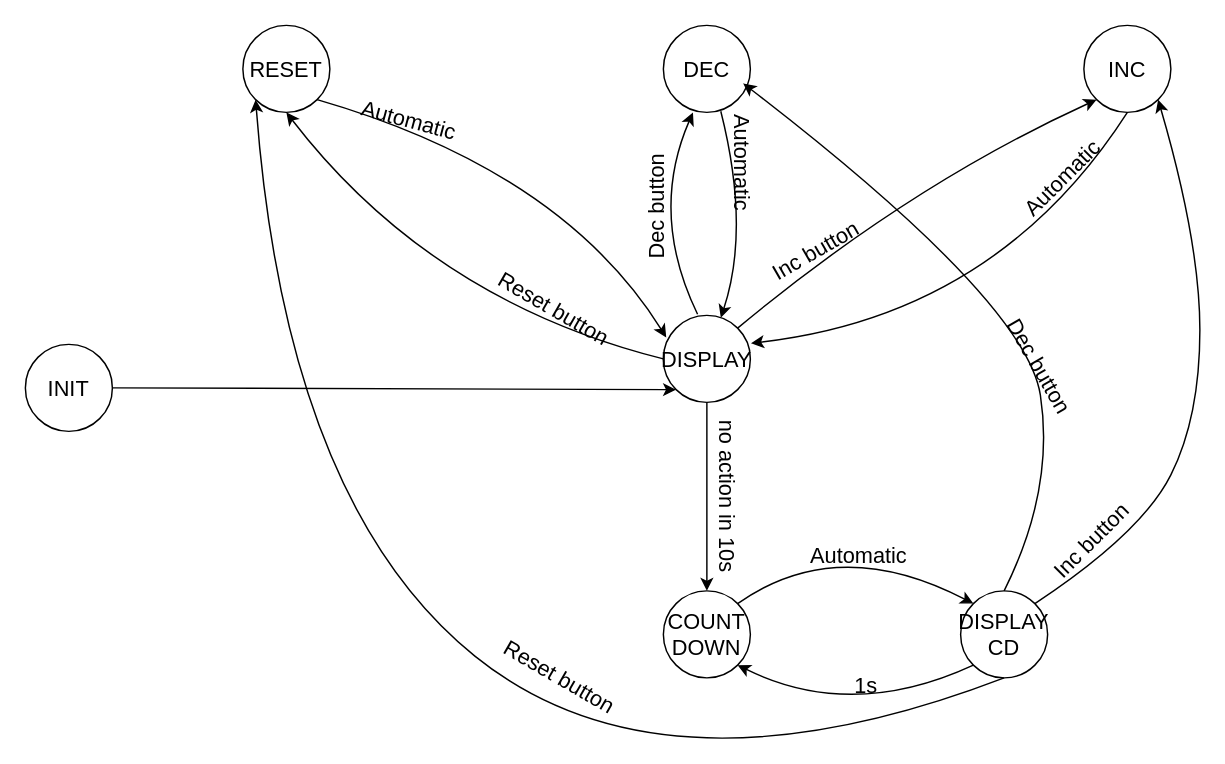
Earlier version of the draw.io diagram FSM.drawio (k-d-7/Midterm-MCU). Source tidied: cells renumbered, new cells numbered last; positions are measured from the earlier drawing's top-left corner, leaving out a move shared by most shapes. Both pictures are drawn from the tidied source at 145%, with x=0, y=0 at pixel (25, 25).
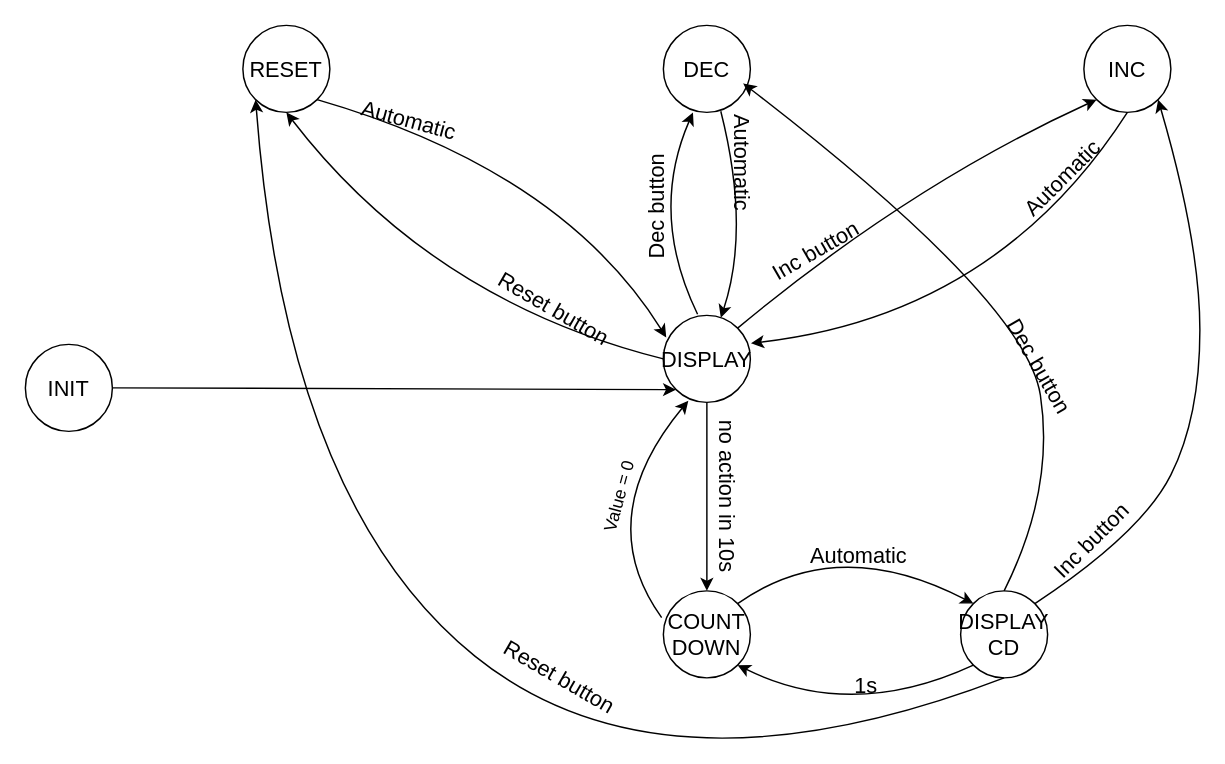
The same diagram, later.

The change refers to these unchanged cells:
```xml
<mxCell id="2" value="&lt;font style=&quot;font-size: 15px;&quot;&gt;DISPLAY&lt;br style=&quot;font-size: 15px;&quot;&gt;&lt;/font&gt;" style="ellipse;whiteSpace=wrap;html=1;fontSize=15;" parent="1" vertex="1">
  <mxGeometry x="440" y="200" width="60" height="60" as="geometry" />
</mxCell>
<mxCell id="6" value="&lt;font style=&quot;font-size: 15px;&quot;&gt;COUNT&lt;br&gt;DOWN&lt;br style=&quot;font-size: 15px;&quot;&gt;&lt;/font&gt;" style="ellipse;whiteSpace=wrap;html=1;fontSize=15;" parent="1" vertex="1">
  <mxGeometry x="440" y="390" width="60" height="60" as="geometry" />
</mxCell>
```

The edit, as a diff of the source:
```diff
@@
+    <mxCell id="34" style="curved=1;endArrow=classic;html=1;rounded=0;entryX=0.287;entryY=0.98;entryDx=0;entryDy=0;entryPerimeter=0;exitX=-0.02;exitY=0.307;exitDx=0;exitDy=0;exitPerimeter=0;" parent="1" edge="1" source="6" target="2">
+      <mxGeometry relative="1" as="geometry">
+        <Array as="points">
+          <mxPoint x="390" y="340" />
+        </Array>
+      </mxGeometry>
+    </mxCell>
+    <mxCell id="35" value="Value = 0" style="text;html=1;strokeColor=none;fillColor=none;align=center;verticalAlign=middle;whiteSpace=wrap;rounded=0;rotation=-75;" parent="1" vertex="1">
+      <mxGeometry x="380" y="310" width="60" height="30" as="geometry" />
+    </mxCell>
```
